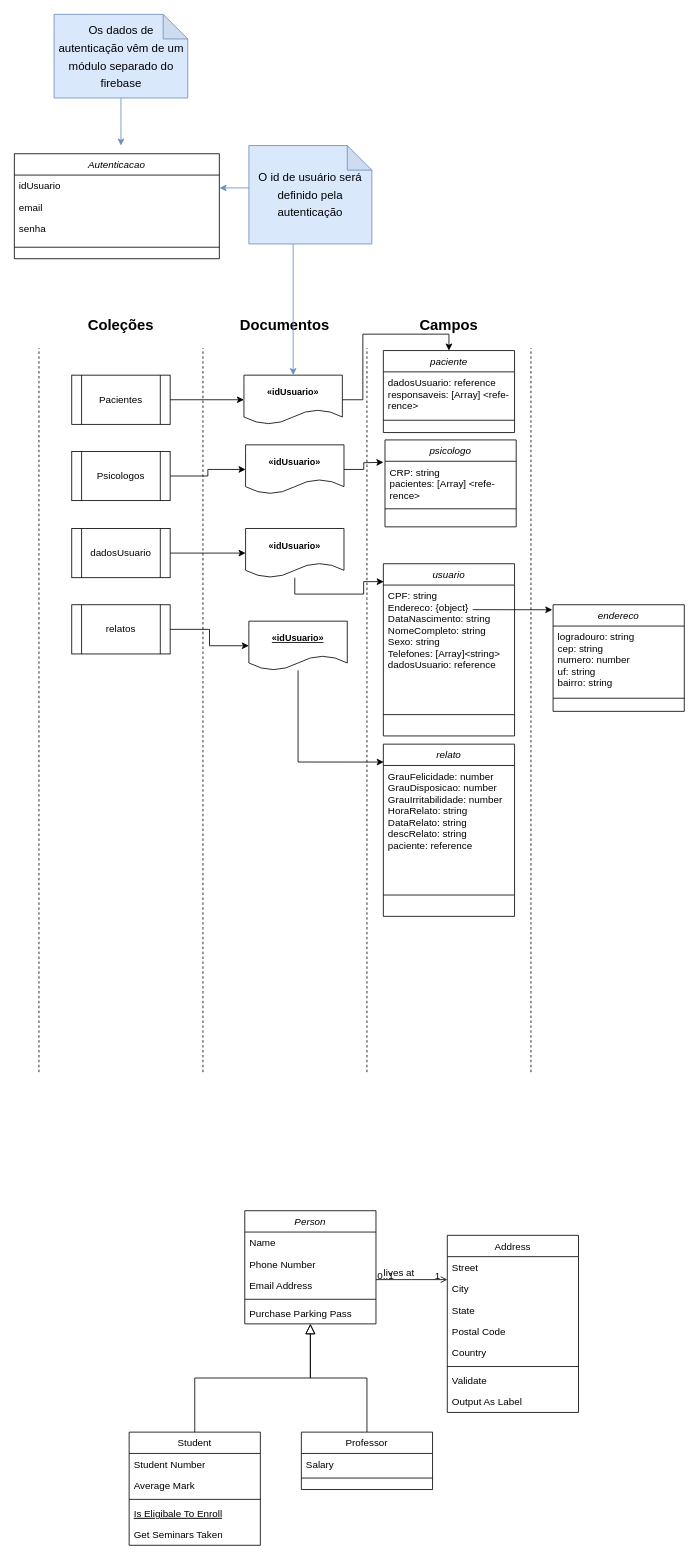
BrunoLunardi/SIN412-DESENVOLVIMENTO-APP keeps this draw.io diagram as Banco de dados/Logico/noSQL.drawio. Above is the earlier version. Source tidied: cells renumbered, new cells numbered last; positions are measured from the earlier drawing's top-left corner, leaving out a move shared by most shapes. Both pictures are drawn from the tidied source at 82%, with x=0, y=0 at pixel (14, 14).
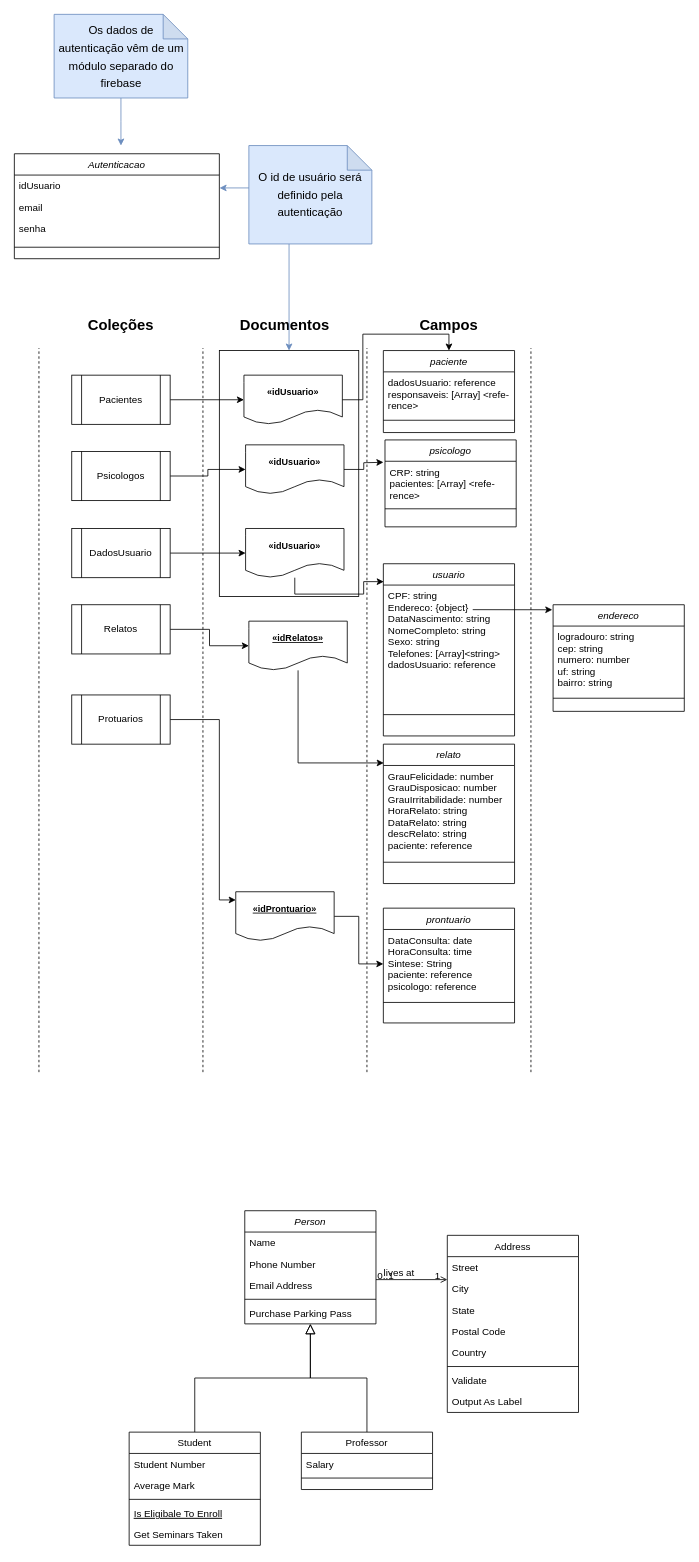
Above is the later version.

Commit message:
[UPDATE] Alteração arquitetura NoSQL

The change refers to these unchanged cells:
```xml
<mxCell id="9" value="idUsuario" style="text;align=left;verticalAlign=top;spacingLeft=4;spacingRight=4;overflow=hidden;points=[[0,0.5],[1,0.5]];portConstraint=eastwest;" parent="8" vertex="1">
  <mxGeometry y="26" width="250" height="26" as="geometry" />
</mxCell>
<mxCell id="32" value="«idUsuario»" style="shape=document;whiteSpace=wrap;html=1;boundedLbl=1;fontSize=11;fontStyle=1;" parent="28" vertex="1">
  <mxGeometry y="20" width="120" height="60" as="geometry" />
</mxCell>
<mxCell id="70" style="group;" parent="1" vertex="1">
  <mxGeometry x="450" y="670" width="367" height="430" as="geometry" />
</mxCell>
```

Diff of the diagram source:
```diff
@@
+    <mxCell id="83" style="rounded=0;whiteSpace=wrap;html=1;shadow=0;" parent="1" vertex="1">
+      <mxGeometry x="250" y="410" width="170" height="300" as="geometry" />
+    </mxCell>
@@
-    <mxCell id="18" value="dadosUsuario" style="shape=process;whiteSpace=wrap;html=1;backgroundOutline=1;" parent="1" vertex="1">
+    <mxCell id="18" value="DadosUsuario" style="shape=process;whiteSpace=wrap;html=1;backgroundOutline=1;" parent="1" vertex="1">
       <mxGeometry x="70" y="627" width="120" height="60" as="geometry" />
     </mxCell>
@@
-    <mxCell id="64" style="endArrow=classic;startArrow=classic;html=1;fontSize=11;exitX=1.001;exitY=0.603;exitDx=0;exitDy=0;exitPerimeter=0;edgeStyle=orthogonalEdgeStyle;elbow=vertical;fillColor=#dae8fc;strokeColor=#6c8ebf;" parent="1" edge="1" source="9" target="32">
+    <mxCell id="64" style="endArrow=classic;startArrow=classic;html=1;fontSize=11;exitX=1.001;exitY=0.603;exitDx=0;exitDy=0;exitPerimeter=0;edgeStyle=orthogonalEdgeStyle;elbow=vertical;fillColor=#dae8fc;strokeColor=#6c8ebf;entryX=0.5;entryY=0;entryDx=0;entryDy=0;" parent="1" edge="1" source="9" target="83">
       <mxGeometry relative="1" as="geometry" />
     </mxCell>
@@
-    <mxCell id="67" value="relatos" style="shape=process;whiteSpace=wrap;html=1;backgroundOutline=1;" parent="1" vertex="1">
+    <mxCell id="67" value="Relatos" style="shape=process;whiteSpace=wrap;html=1;backgroundOutline=1;" parent="1" vertex="1">
       <mxGeometry x="70" y="720" width="120" height="60" as="geometry" />
     </mxCell>
@@
-    <mxCell id="69" value="«idUsuario»" style="shape=document;whiteSpace=wrap;html=1;boundedLbl=1;fontSize=11;fontStyle=5;" parent="1" vertex="1">
+    <mxCell id="69" value="«idRelatos»" style="shape=document;whiteSpace=wrap;html=1;boundedLbl=1;fontSize=11;fontStyle=5;" parent="1" vertex="1">
       <mxGeometry x="286" y="740" width="120" height="60" as="geometry" />
     </mxCell>
@@
     <mxCell id="78" value="relato" style="swimlane;fontStyle=2;align=center;verticalAlign=top;horizontal=1;startSize=26;rounded=0;shadow=0;strokeWidth=1;" parent="70" vertex="1">
-      <mxGeometry y="220" width="160" height="210" as="geometry" />
+      <mxGeometry y="220" width="160" height="170" as="geometry" />
     </mxCell>
     <mxCell id="79" value="GrauFelicidade: number&#10;GrauDisposicao: number&#10;GrauIrritabilidade: number&#10;HoraRelato: string&#10;DataRelato: string&#10;descRelato: string&#10;paciente: reference" style="text;align=left;verticalAlign=top;spacingLeft=4;spacingRight=4;overflow=hidden;points=[[0,0.5],[1,0.5]];portConstraint=eastwest;spacingTop=0;spacing=2;" parent="78" vertex="1">
-      <mxGeometry y="26" width="160" height="154" as="geometry" />
+      <mxGeometry y="26" width="160" height="114" as="geometry" />
     </mxCell>
     <mxCell id="80" style="line;html=1;strokeWidth=1;align=left;verticalAlign=middle;spacingTop=-1;spacingLeft=3;spacingRight=3;labelPosition=right;" parent="78" vertex="1">
-      <mxGeometry y="180" width="160" height="8" as="geometry" />
+      <mxGeometry y="140" width="160" height="8" as="geometry" />
     </mxCell>
@@
+    <mxCell id="84" style="edgeStyle=orthogonalEdgeStyle;rounded=0;jettySize=auto;html=1;" parent="1" edge="1" source="85" target="87">
+      <mxGeometry relative="1" as="geometry">
+        <Array as="points">
+          <mxPoint x="250" y="860" />
+          <mxPoint x="250" y="1080" />
+        </Array>
+      </mxGeometry>
+    </mxCell>
+    <mxCell id="85" value="Protuarios" style="shape=process;whiteSpace=wrap;html=1;backgroundOutline=1;" parent="1" vertex="1">
+      <mxGeometry x="70" y="830" width="120" height="60" as="geometry" />
+    </mxCell>
+    <mxCell id="86" style="edgeStyle=orthogonalEdgeStyle;rounded=0;jettySize=auto;html=1;entryX=0;entryY=0.5;entryDx=0;entryDy=0;" parent="1" edge="1" source="87" target="89">
+      <mxGeometry relative="1" as="geometry" />
+    </mxCell>
+    <mxCell id="87" value="«idProntuario»" style="shape=document;whiteSpace=wrap;html=1;boundedLbl=1;fontSize=11;fontStyle=5;" parent="1" vertex="1">
+      <mxGeometry x="270" y="1070" width="120" height="60" as="geometry" />
+    </mxCell>
+    <mxCell id="88" value="prontuario" style="swimlane;fontStyle=2;align=center;verticalAlign=top;horizontal=1;startSize=26;rounded=0;shadow=0;strokeWidth=1;" parent="1" vertex="1">
+      <mxGeometry x="450" y="1090" width="160" height="140" as="geometry" />
+    </mxCell>
+    <mxCell id="89" value="DataConsulta: date&#10;HoraConsulta: time&#10;Sintese: String&#10;paciente: reference&#10;psicologo: reference&#10;&#10;" style="text;align=left;verticalAlign=top;spacingLeft=4;spacingRight=4;overflow=hidden;points=[[0,0.5],[1,0.5]];portConstraint=eastwest;spacingTop=0;spacing=2;" parent="88" vertex="1">
+      <mxGeometry y="26" width="160" height="84" as="geometry" />
+    </mxCell>
+    <mxCell id="90" style="line;html=1;strokeWidth=1;align=left;verticalAlign=middle;spacingTop=-1;spacingLeft=3;spacingRight=3;labelPosition=right;" parent="88" vertex="1">
+      <mxGeometry y="110" width="160" height="10" as="geometry" />
+    </mxCell>
```
